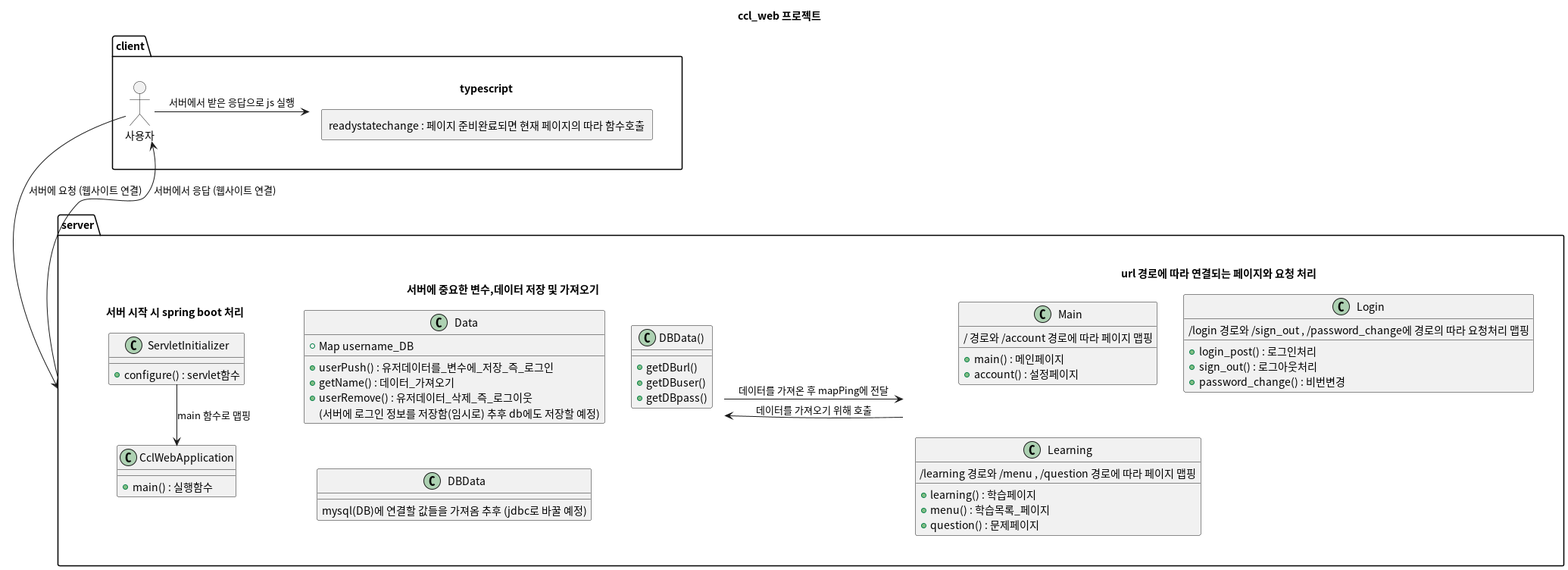
This is diagram/diagram.png from brillianintdoh/ccl_web, a PlantUML export, as it was before one commit.
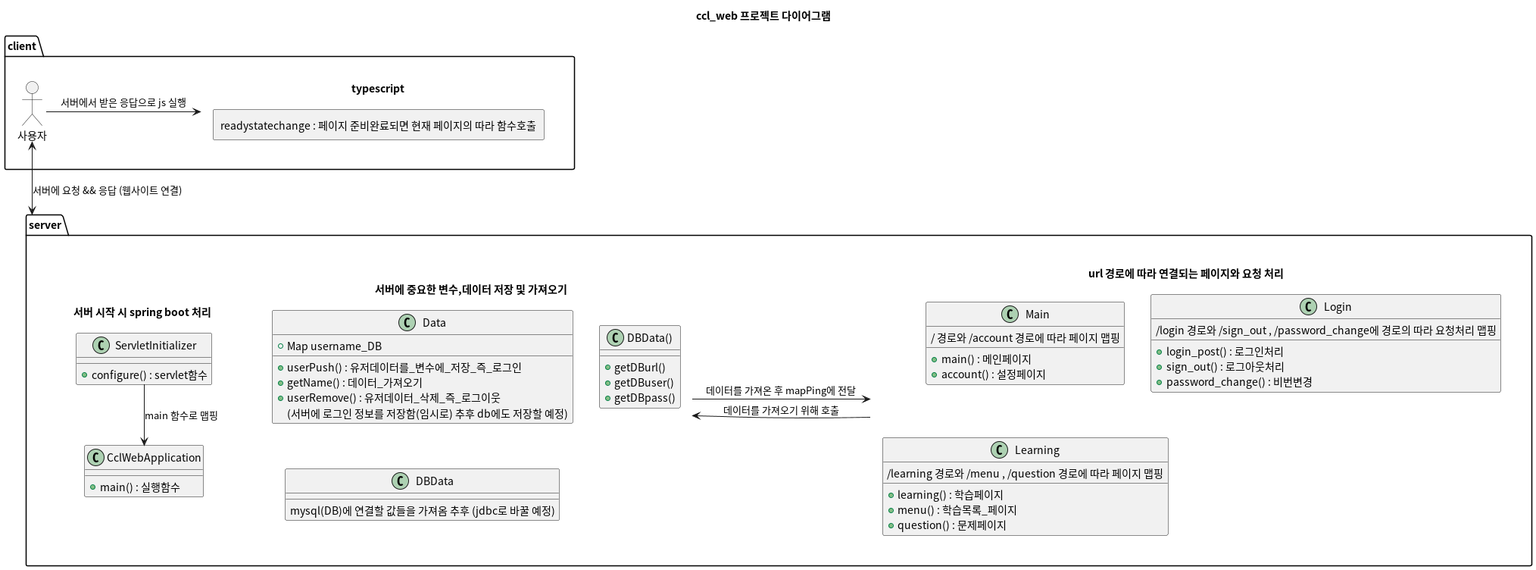
After the change.

Change to the diagram source:
```diff
@@ -1,5 +1,5 @@
 @startuml diagram
-title ccl_web 프로젝트
+title ccl_web 프로젝트 다이어그램
 package server {
     label run [{{
         title 서버 시작 시 spring boot 처리
@@ -63,8 +63,7 @@
 
 package client {
     actor "사용자" as user
-    user --> server : 서버에 요청 (웹사이트 연결)
-    server --> user : 서버에서 응답 (웹사이트 연결)
+    user <--> server : 서버에 요청 && 응답 (웹사이트 연결)
 
     label fun [{{
         title typescript
```
